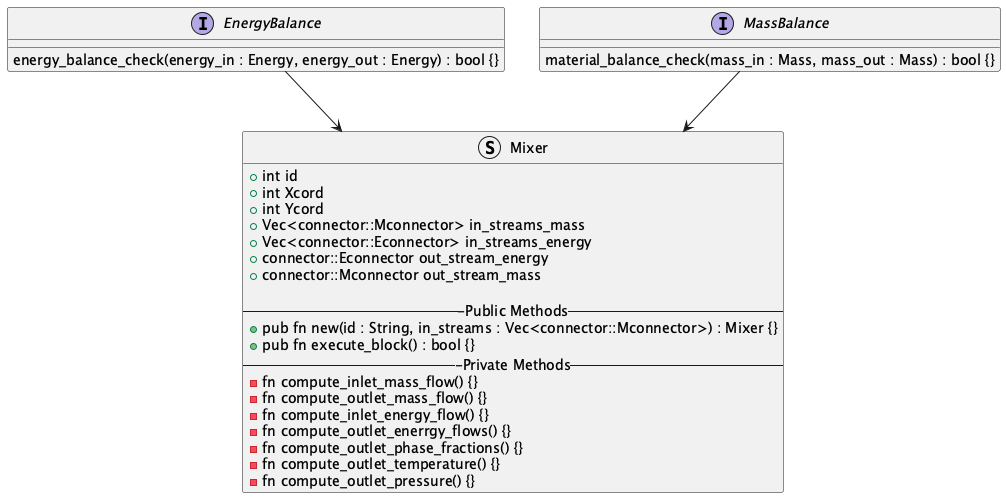
OSCPS-Project/OSCPS-UML keeps this PlantUML diagram as blocks-module/Blocks_Module_Class_Diagram.png. Above is the earlier version.
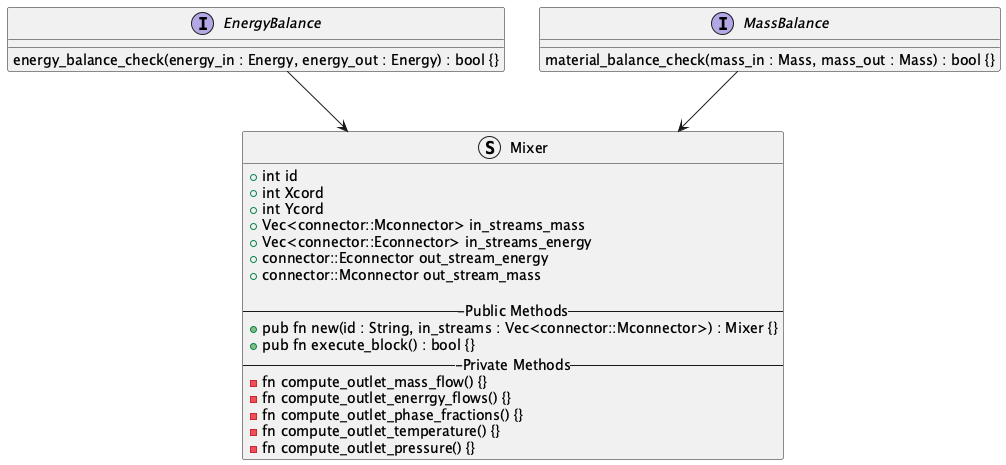
Above is the later version.

Commit message:
updating the blocks uml diagram for the mixer struct

The edit, as a diff of the source:
```diff
@@ -22,9 +22,7 @@
   + pub fn new(id : String, in_streams : Vec<connector::Mconnector>) : Mixer {}
   + pub fn execute_block() : bool {}
   ---Private Methods--
-  - fn compute_inlet_mass_flow() {}
   - fn compute_outlet_mass_flow() {}
-  - fn compute_inlet_energy_flow() {}
   - fn compute_outlet_enerrgy_flows() {}
   - fn compute_outlet_phase_fractions() {}
   - fn compute_outlet_temperature() {}
```
